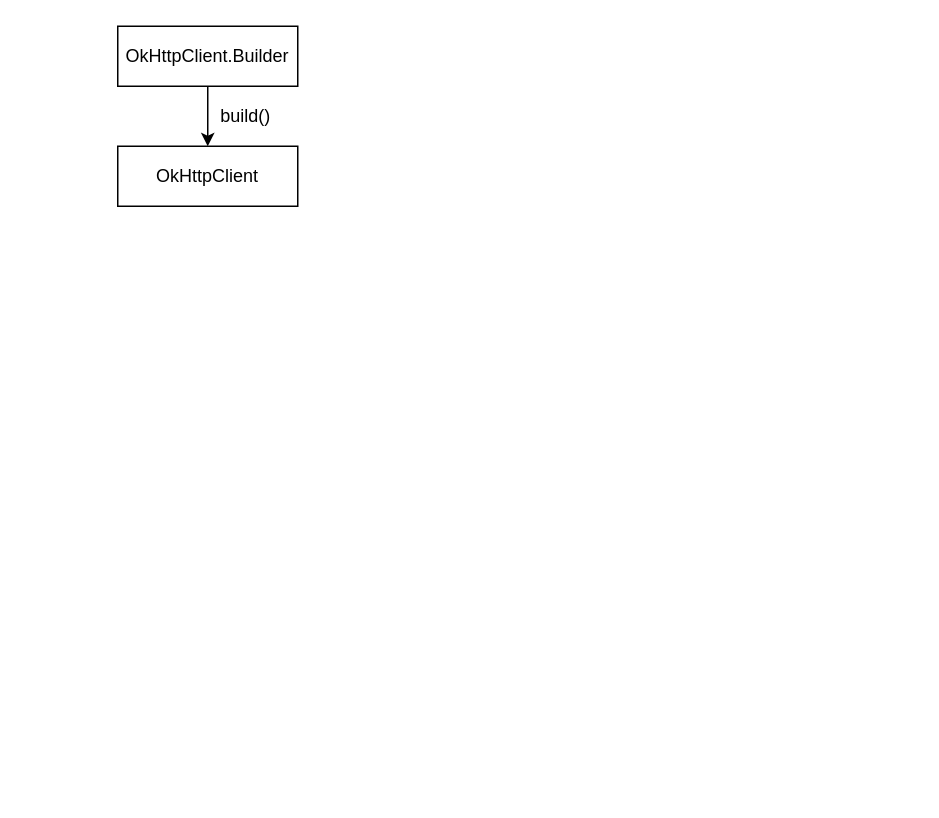
Before: OkHttp-Architecture.drawio in Eanam/PointlessDiagram, a draw.io diagram. Source tidied: cells renumbered, new cells numbered last; positions are measured from the earlier drawing's top-left corner, leaving out a move shared by most shapes. Both pictures are drawn from the tidied source at 150%, with x=0, y=0 at pixel (117, 26).
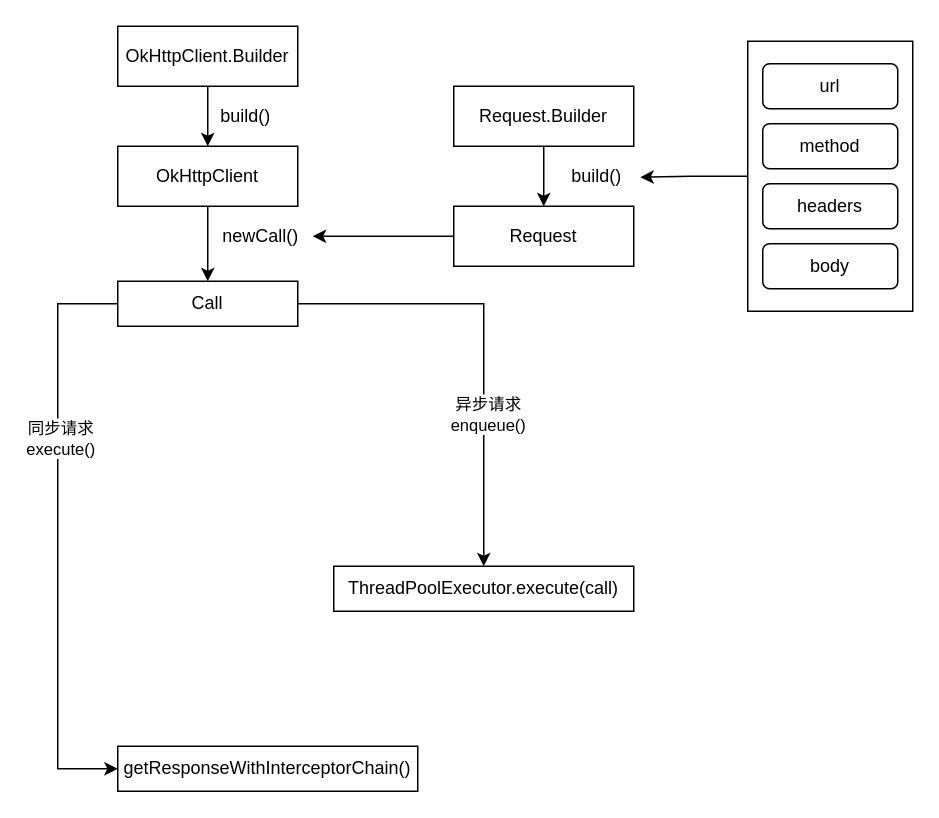
Above is the later version.

The change refers to these unchanged cells:
```xml
<mxCell id="4" value="OkHttpClient" style="rounded=0;whiteSpace=wrap;html=1;" parent="1" vertex="1">
  <mxGeometry y="80" width="120" height="40" as="geometry" />
</mxCell>
```

What changed in the source:
```diff
@@
+    <mxCell id="6" style="edgeStyle=orthogonalEdgeStyle;rounded=0;jettySize=auto;html=1;" parent="1" edge="1" source="4" target="11">
+      <mxGeometry relative="1" as="geometry" />
+    </mxCell>
@@
+    <mxCell id="7" style="edgeStyle=orthogonalEdgeStyle;rounded=0;jettySize=auto;html=1;entryX=0.5;entryY=0;entryDx=0;entryDy=0;" parent="1" edge="1" source="11" target="25">
+      <mxGeometry relative="1" as="geometry" />
+    </mxCell>
+    <mxCell id="8" value="异步请求&lt;br&gt;enqueue()" style="edgeLabel;html=1;align=center;verticalAlign=middle;" parent="7" vertex="1">
+      <mxGeometry x="0.32" y="2" relative="1" as="geometry" />
+    </mxCell>
+    <mxCell id="9" style="edgeStyle=orthogonalEdgeStyle;rounded=0;jettySize=auto;html=1;entryX=0;entryY=0.5;entryDx=0;entryDy=0;exitX=0;exitY=0.5;exitDx=0;exitDy=0;" parent="1" edge="1" source="11" target="26">
+      <mxGeometry relative="1" as="geometry">
+        <Array as="points">
+          <mxPoint x="-40" y="185" />
+          <mxPoint x="-40" y="495" />
+        </Array>
+      </mxGeometry>
+    </mxCell>
+    <mxCell id="10" value="同步请求&lt;br&gt;execute()" style="edgeLabel;html=1;align=center;verticalAlign=middle;" parent="9" vertex="1">
+      <mxGeometry x="-0.34" y="1" relative="1" as="geometry" />
+    </mxCell>
+    <mxCell id="11" value="Call" style="rounded=0;whiteSpace=wrap;html=1;" parent="1" vertex="1">
+      <mxGeometry y="170" width="120" height="30" as="geometry" />
+    </mxCell>
+    <mxCell id="12" value="newCall()" style="text;html=1;align=center;verticalAlign=middle;points=[];strokeColor=none;fillColor=none;" parent="1" vertex="1">
+      <mxGeometry x="60" y="130" width="70" height="20" as="geometry" />
+    </mxCell>
+    <mxCell id="13" style="edgeStyle=orthogonalEdgeStyle;rounded=0;jettySize=auto;html=1;" parent="1" edge="1" source="14" target="16">
+      <mxGeometry relative="1" as="geometry" />
+    </mxCell>
+    <mxCell id="14" value="Request.Builder" style="rounded=0;whiteSpace=wrap;html=1;" parent="1" vertex="1">
+      <mxGeometry x="224" y="40" width="120" height="40" as="geometry" />
+    </mxCell>
+    <mxCell id="15" style="edgeStyle=orthogonalEdgeStyle;rounded=0;jettySize=auto;html=1;" parent="1" edge="1" source="16" target="12">
+      <mxGeometry relative="1" as="geometry" />
+    </mxCell>
+    <mxCell id="16" value="Request" style="rounded=0;whiteSpace=wrap;html=1;" parent="1" vertex="1">
+      <mxGeometry x="224" y="120" width="120" height="40" as="geometry" />
+    </mxCell>
+    <mxCell id="17" style="group;" parent="1" vertex="1">
+      <mxGeometry x="420" y="10" width="110" height="180" as="geometry" />
+    </mxCell>
+    <mxCell id="18" style="rounded=0;whiteSpace=wrap;html=1;" parent="17" vertex="1">
+      <mxGeometry width="110" height="180" as="geometry" />
+    </mxCell>
+    <mxCell id="19" value="url" style="rounded=1;whiteSpace=wrap;html=1;" parent="17" vertex="1">
+      <mxGeometry x="10" y="15" width="90" height="30" as="geometry" />
+    </mxCell>
+    <mxCell id="20" value="method" style="rounded=1;whiteSpace=wrap;html=1;" parent="17" vertex="1">
+      <mxGeometry x="10" y="55" width="90" height="30" as="geometry" />
+    </mxCell>
+    <mxCell id="21" value="headers" style="rounded=1;whiteSpace=wrap;html=1;" parent="17" vertex="1">
+      <mxGeometry x="10" y="95" width="90" height="30" as="geometry" />
+    </mxCell>
+    <mxCell id="22" value="body" style="rounded=1;whiteSpace=wrap;html=1;" parent="17" vertex="1">
+      <mxGeometry x="10" y="135" width="90" height="30" as="geometry" />
+    </mxCell>
+    <mxCell id="23" style="edgeStyle=orthogonalEdgeStyle;rounded=0;jettySize=auto;html=1;entryX=1.087;entryY=0.533;entryDx=0;entryDy=0;entryPerimeter=0;" parent="1" edge="1" source="18" target="24">
+      <mxGeometry relative="1" as="geometry" />
+    </mxCell>
+    <mxCell id="24" value="build()" style="text;html=1;align=center;verticalAlign=middle;points=[];strokeColor=none;fillColor=none;" parent="1" vertex="1">
+      <mxGeometry x="294" y="90" width="50" height="20" as="geometry" />
+    </mxCell>
+    <mxCell id="25" value="ThreadPoolExecutor.execute(call)" style="rounded=0;whiteSpace=wrap;html=1;" parent="1" vertex="1">
+      <mxGeometry x="144" y="360" width="200" height="30" as="geometry" />
+    </mxCell>
+    <mxCell id="26" value="getResponseWithInterceptorChain()" style="rounded=0;whiteSpace=wrap;html=1;" parent="1" vertex="1">
+      <mxGeometry y="480" width="200" height="30" as="geometry" />
+    </mxCell>
```
